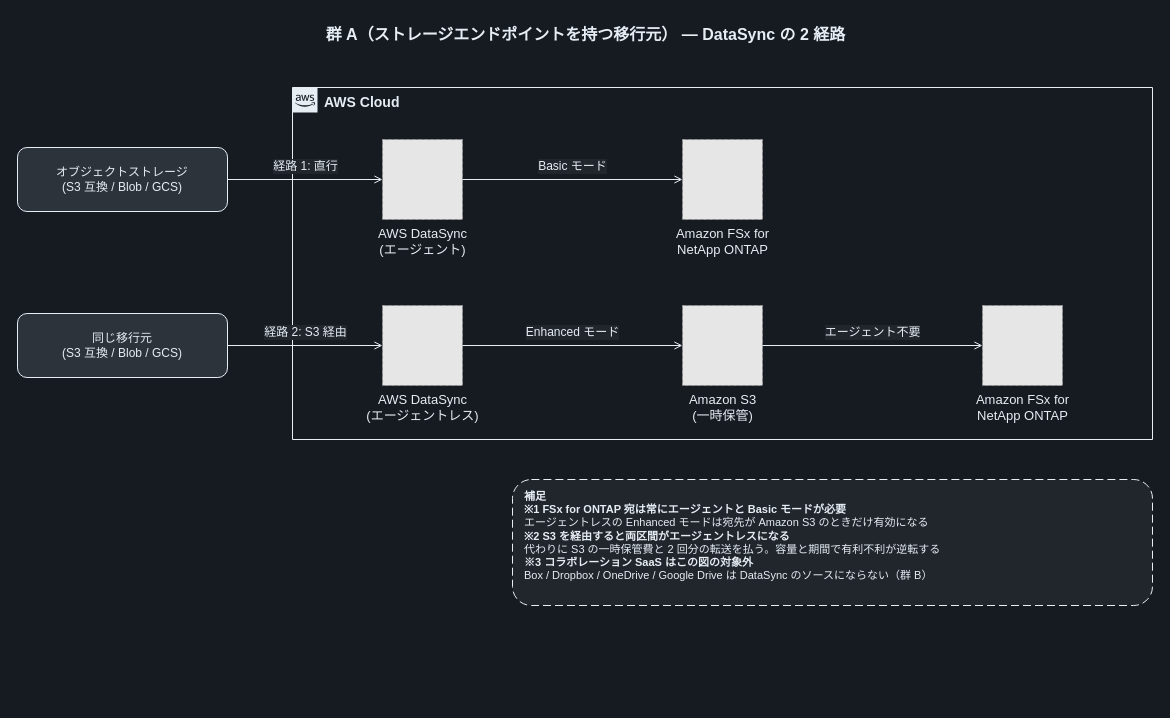
The draw.io diagram docs/diagrams/dark/saas-migration-group-a-routes.drawio in Yoshiki0705/FSx-for-ONTAP-S3AccessPoints-Serverless-Patterns, before the edit. Source tidied: cells renumbered, new cells numbered last; positions are measured from the earlier drawing's top-left corner, leaving out a move shared by most shapes. Both pictures are drawn from the tidied source at 100%, with x=0, y=0 at pixel (17, 17). Pictures stored in the file or linked from it are replaced by grey dashed boxes.
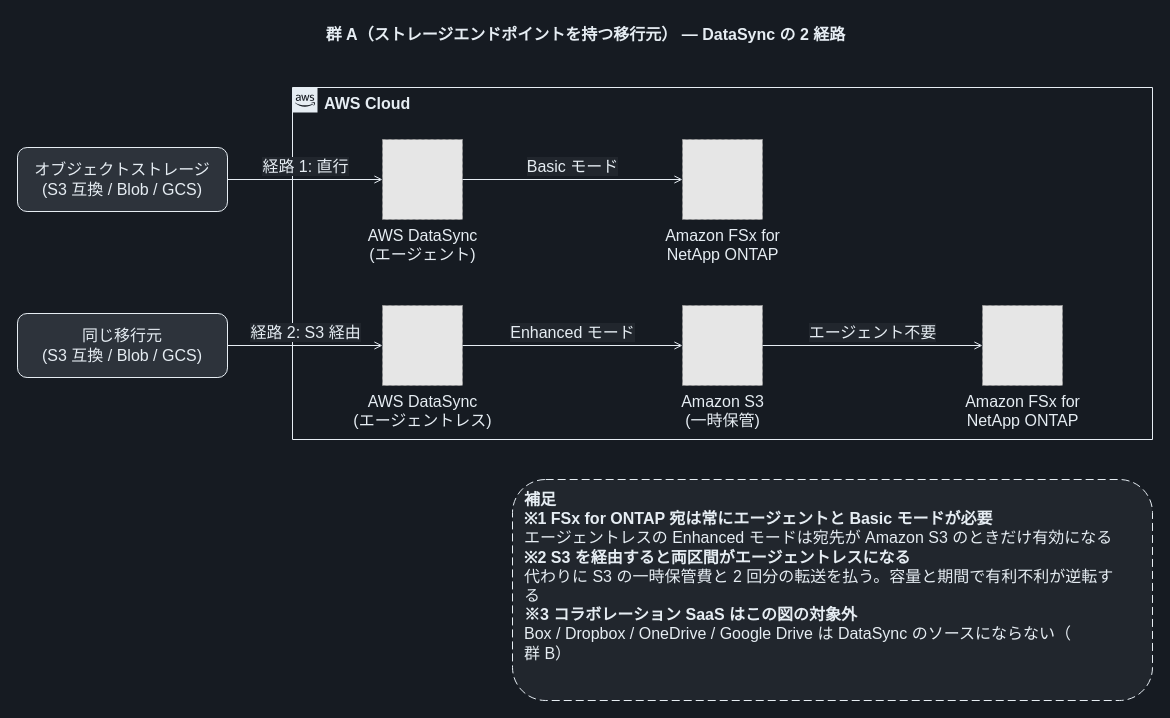
After the change.

What changed in the source:
```diff
@@
-    <mxCell id="3" value="AWS Cloud" style="gradientColor=none;html=1;whiteSpace=wrap;fontSize=14;fontStyle=1;shape=mxgraph.aws4.group;grIcon=mxgraph.aws4.group_aws_cloud_alt;strokeColor=#E6EDF3;fillColor=none;verticalAlign=top;align=left;spacingLeft=30;fontColor=#E6EDF3;dashed=0;" parent="1" vertex="1">
+    <mxCell id="3" value="AWS Cloud" style="gradientColor=none;html=1;whiteSpace=wrap;fontSize=16;fontStyle=1;shape=mxgraph.aws4.group;grIcon=mxgraph.aws4.group_aws_cloud_alt;strokeColor=#E6EDF3;fillColor=none;verticalAlign=top;align=left;spacingLeft=30;fontColor=#E6EDF3;dashed=0;" parent="1" vertex="1">
       <mxGeometry x="275" y="70" width="860" height="352" as="geometry" />
     </mxCell>
-    <mxCell id="4" value="オブジェクトストレージ&lt;br&gt;(S3 互換 / Blob / GCS)" style="rounded=1;whiteSpace=wrap;html=1;dashed=0;strokeColor=#E6EDF3;fillColor=#2D333B;align=center;verticalAlign=middle;fontSize=12;fontColor=#E6EDF3;" parent="1" vertex="1">
+    <mxCell id="4" value="オブジェクトストレージ&lt;br&gt;(S3 互換 / Blob / GCS)" style="rounded=1;whiteSpace=wrap;html=1;dashed=0;strokeColor=#E6EDF3;fillColor=#2D333B;align=center;verticalAlign=middle;fontSize=16;fontColor=#E6EDF3;" parent="1" vertex="1">
       <mxGeometry y="130" width="210" height="64" as="geometry" />
     </mxCell>
-    <mxCell id="5" value="AWS DataSync&lt;br&gt;(エージェント)" style="fillColor=#E6E6E6;strokeColor=#999999;dashed=1;html=1;verticalLabelPosition=bottom;verticalAlign=top;labelPosition=center;align=center;fontSize=13;fontColor=#E6EDF3;" parent="1" vertex="1">
+    <mxCell id="5" value="AWS DataSync&lt;br&gt;(エージェント)" style="fillColor=#E6E6E6;strokeColor=#999999;dashed=1;html=1;verticalLabelPosition=bottom;verticalAlign=top;labelPosition=center;align=center;fontSize=16;fontColor=#E6EDF3;" parent="1" vertex="1">
       <mxGeometry x="365" y="122" width="80" height="80" as="geometry" />
     </mxCell>
-    <mxCell id="6" value="Amazon FSx for&lt;br&gt;NetApp ONTAP" style="fillColor=#E6E6E6;strokeColor=#999999;dashed=1;html=1;verticalLabelPosition=bottom;verticalAlign=top;labelPosition=center;align=center;fontSize=13;fontColor=#E6EDF3;" parent="1" vertex="1">
+    <mxCell id="6" value="Amazon FSx for&lt;br&gt;NetApp ONTAP" style="fillColor=#E6E6E6;strokeColor=#999999;dashed=1;html=1;verticalLabelPosition=bottom;verticalAlign=top;labelPosition=center;align=center;fontSize=16;fontColor=#E6EDF3;" parent="1" vertex="1">
       <mxGeometry x="665" y="122" width="80" height="80" as="geometry" />
     </mxCell>
-    <mxCell id="7" value="同じ移行元&lt;br&gt;(S3 互換 / Blob / GCS)" style="rounded=1;whiteSpace=wrap;html=1;dashed=0;strokeColor=#E6EDF3;fillColor=#2D333B;align=center;verticalAlign=middle;fontSize=12;fontColor=#E6EDF3;" parent="1" vertex="1">
+    <mxCell id="7" value="同じ移行元&lt;br&gt;(S3 互換 / Blob / GCS)" style="rounded=1;whiteSpace=wrap;html=1;dashed=0;strokeColor=#E6EDF3;fillColor=#2D333B;align=center;verticalAlign=middle;fontSize=16;fontColor=#E6EDF3;" parent="1" vertex="1">
       <mxGeometry y="296" width="210" height="64" as="geometry" />
     </mxCell>
-    <mxCell id="8" value="AWS DataSync&lt;br&gt;(エージェントレス)" style="fillColor=#E6E6E6;strokeColor=#999999;dashed=1;html=1;verticalLabelPosition=bottom;verticalAlign=top;labelPosition=center;align=center;fontSize=13;fontColor=#E6EDF3;" parent="1" vertex="1">
+    <mxCell id="8" value="AWS DataSync&lt;br&gt;(エージェントレス)" style="fillColor=#E6E6E6;strokeColor=#999999;dashed=1;html=1;verticalLabelPosition=bottom;verticalAlign=top;labelPosition=center;align=center;fontSize=16;fontColor=#E6EDF3;" parent="1" vertex="1">
       <mxGeometry x="365" y="288" width="80" height="80" as="geometry" />
     </mxCell>
-    <mxCell id="9" value="Amazon S3&lt;br&gt;(一時保管)" style="fillColor=#E6E6E6;strokeColor=#999999;dashed=1;html=1;verticalLabelPosition=bottom;verticalAlign=top;labelPosition=center;align=center;fontSize=13;fontColor=#E6EDF3;" parent="1" vertex="1">
+    <mxCell id="9" value="Amazon S3&lt;br&gt;(一時保管)" style="fillColor=#E6E6E6;strokeColor=#999999;dashed=1;html=1;verticalLabelPosition=bottom;verticalAlign=top;labelPosition=center;align=center;fontSize=16;fontColor=#E6EDF3;" parent="1" vertex="1">
       <mxGeometry x="665" y="288" width="80" height="80" as="geometry" />
     </mxCell>
-    <mxCell id="10" value="Amazon FSx for&lt;br&gt;NetApp ONTAP" style="fillColor=#E6E6E6;strokeColor=#999999;dashed=1;html=1;verticalLabelPosition=bottom;verticalAlign=top;labelPosition=center;align=center;fontSize=13;fontColor=#E6EDF3;" parent="1" vertex="1">
+    <mxCell id="10" value="Amazon FSx for&lt;br&gt;NetApp ONTAP" style="fillColor=#E6E6E6;strokeColor=#999999;dashed=1;html=1;verticalLabelPosition=bottom;verticalAlign=top;labelPosition=center;align=center;fontSize=16;fontColor=#E6EDF3;" parent="1" vertex="1">
       <mxGeometry x="965" y="288" width="80" height="80" as="geometry" />
     </mxCell>
-    <mxCell id="11" value="経路 1: 直行" style="edgeStyle=orthogonalEdgeStyle;rounded=0;jettySize=auto;html=1;endArrow=open;endFill=0;strokeColor=#E6EDF3;strokeWidth=1;fontSize=12;fontColor=#E6EDF3;labelBackgroundColor=#21262D;" parent="1" edge="1" source="4" target="5">
+    <mxCell id="11" value="経路 1: 直行" style="edgeStyle=orthogonalEdgeStyle;rounded=0;jettySize=auto;html=1;endArrow=open;endFill=0;strokeColor=#E6EDF3;strokeWidth=1;fontSize=16;fontColor=#E6EDF3;labelBackgroundColor=#21262D;" parent="1" edge="1" source="4" target="5">
       <mxGeometry relative="1" as="geometry">
         <mxPoint y="-13" as="offset" />
       </mxGeometry>
     </mxCell>
-    <mxCell id="12" value="Basic モード" style="edgeStyle=orthogonalEdgeStyle;rounded=0;jettySize=auto;html=1;endArrow=open;endFill=0;strokeColor=#E6EDF3;strokeWidth=1;fontSize=12;fontColor=#E6EDF3;labelBackgroundColor=#21262D;" parent="1" edge="1" source="5" target="6">
+    <mxCell id="12" value="Basic モード" style="edgeStyle=orthogonalEdgeStyle;rounded=0;jettySize=auto;html=1;endArrow=open;endFill=0;strokeColor=#E6EDF3;strokeWidth=1;fontSize=16;fontColor=#E6EDF3;labelBackgroundColor=#21262D;" parent="1" edge="1" source="5" target="6">
       <mxGeometry relative="1" as="geometry">
         <mxPoint y="-13" as="offset" />
       </mxGeometry>
     </mxCell>
-    <mxCell id="13" value="経路 2: S3 経由" style="edgeStyle=orthogonalEdgeStyle;rounded=0;jettySize=auto;html=1;endArrow=open;endFill=0;strokeColor=#E6EDF3;strokeWidth=1;fontSize=12;fontColor=#E6EDF3;labelBackgroundColor=#21262D;" parent="1" edge="1" source="7" target="8">
+    <mxCell id="13" value="経路 2: S3 経由" style="edgeStyle=orthogonalEdgeStyle;rounded=0;jettySize=auto;html=1;endArrow=open;endFill=0;strokeColor=#E6EDF3;strokeWidth=1;fontSize=16;fontColor=#E6EDF3;labelBackgroundColor=#21262D;" parent="1" edge="1" source="7" target="8">
       <mxGeometry relative="1" as="geometry">
         <mxPoint y="-13" as="offset" />
       </mxGeometry>
     </mxCell>
-    <mxCell id="14" value="Enhanced モード" style="edgeStyle=orthogonalEdgeStyle;rounded=0;jettySize=auto;html=1;endArrow=open;endFill=0;strokeColor=#E6EDF3;strokeWidth=1;fontSize=12;fontColor=#E6EDF3;labelBackgroundColor=#21262D;" parent="1" edge="1" source="8" target="9">
+    <mxCell id="14" value="Enhanced モード" style="edgeStyle=orthogonalEdgeStyle;rounded=0;jettySize=auto;html=1;endArrow=open;endFill=0;strokeColor=#E6EDF3;strokeWidth=1;fontSize=16;fontColor=#E6EDF3;labelBackgroundColor=#21262D;" parent="1" edge="1" source="8" target="9">
       <mxGeometry relative="1" as="geometry">
         <mxPoint y="-13" as="offset" />
       </mxGeometry>
     </mxCell>
-    <mxCell id="15" value="エージェント不要" style="edgeStyle=orthogonalEdgeStyle;rounded=0;jettySize=auto;html=1;endArrow=open;endFill=0;strokeColor=#E6EDF3;strokeWidth=1;fontSize=12;fontColor=#E6EDF3;labelBackgroundColor=#21262D;" parent="1" edge="1" source="9" target="10">
+    <mxCell id="15" value="エージェント不要" style="edgeStyle=orthogonalEdgeStyle;rounded=0;jettySize=auto;html=1;endArrow=open;endFill=0;strokeColor=#E6EDF3;strokeWidth=1;fontSize=16;fontColor=#E6EDF3;labelBackgroundColor=#21262D;" parent="1" edge="1" source="9" target="10">
       <mxGeometry relative="1" as="geometry">
         <mxPoint y="-13" as="offset" />
       </mxGeometry>
     </mxCell>
-    <mxCell id="16" value="&lt;b&gt;補足&lt;/b&gt;&lt;br&gt;&lt;b&gt;※1 FSx for ONTAP 宛は常にエージェントと Basic モードが必要&lt;/b&gt;&lt;br&gt;エージェントレスの Enhanced モードは宛先が Amazon S3 のときだけ有効になる&lt;br&gt;&lt;b&gt;※2 S3 を経由すると両区間がエージェントレスになる&lt;/b&gt;&lt;br&gt;代わりに S3 の一時保管費と 2 回分の転送を払う。容量と期間で有利不利が逆転する&lt;br&gt;&lt;b&gt;※3 コラボレーション SaaS はこの図の対象外&lt;/b&gt;&lt;br&gt;Box / Dropbox / OneDrive / Google Drive は DataSync のソースにならない（群 B）" style="rounded=1;whiteSpace=wrap;html=1;dashed=1;dashPattern=8 4;strokeColor=#E6EDF3;fillColor=#21262D;align=left;verticalAlign=top;spacingLeft=10;spacingTop=4;fontSize=11;fontColor=#E6EDF3;" parent="1" vertex="1">
-      <mxGeometry x="495" y="462" width="640" height="126" as="geometry" />
+    <mxCell id="16" value="&lt;b&gt;補足&lt;/b&gt;&lt;br&gt;&lt;b&gt;※1 FSx for ONTAP 宛は常にエージェントと Basic モードが必要&lt;/b&gt;&lt;br&gt;エージェントレスの Enhanced モードは宛先が Amazon S3 のときだけ有効になる&lt;br&gt;&lt;b&gt;※2 S3 を経由すると両区間がエージェントレスになる&lt;/b&gt;&lt;br&gt;代わりに S3 の一時保管費と 2 回分の転送を払う。容量と期間で有利不利が逆転す&lt;br&gt;る&lt;br&gt;&lt;b&gt;※3 コラボレーション SaaS はこの図の対象外&lt;/b&gt;&lt;br&gt;Box / Dropbox / OneDrive / Google Drive は DataSync のソースにならない（&lt;br&gt;群 B）" style="rounded=1;whiteSpace=wrap;html=1;dashed=1;dashPattern=8 4;strokeColor=#E6EDF3;fillColor=#21262D;align=left;verticalAlign=top;spacingLeft=10;spacingTop=4;fontSize=16;fontColor=#E6EDF3;" parent="1" vertex="1">
+      <mxGeometry x="495" y="462" width="640" height="221" as="geometry" />
     </mxCell>
```
